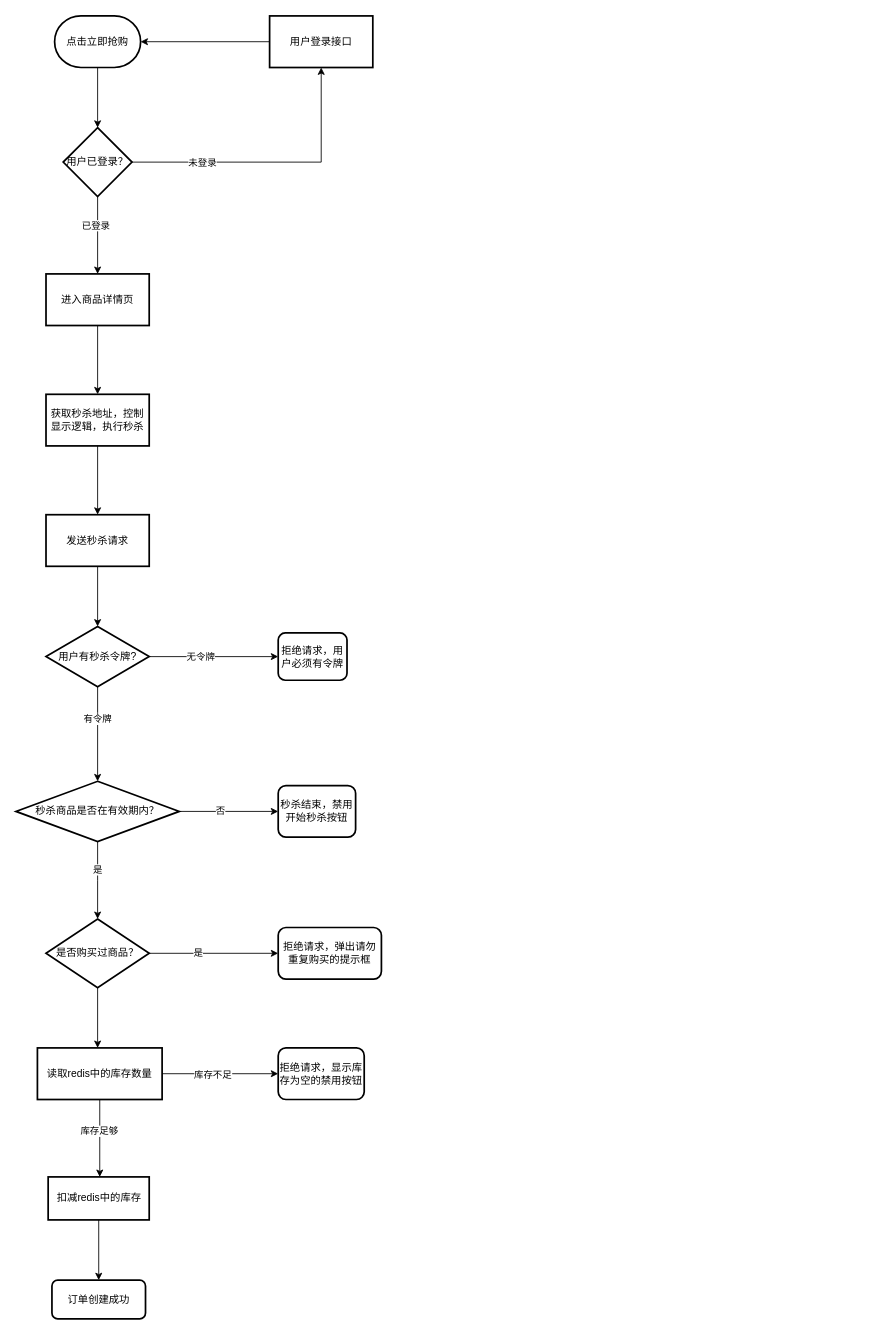
Before: 秒杀商品流程图.drawio in jacbo-emm/mall, a draw.io diagram. Source tidied: cells renumbered, new cells numbered last; positions are measured from the earlier drawing's top-left corner, leaving out a move shared by most shapes. Both pictures are drawn from the tidied source at 86%, with x=0, y=0 at pixel (15, 15).
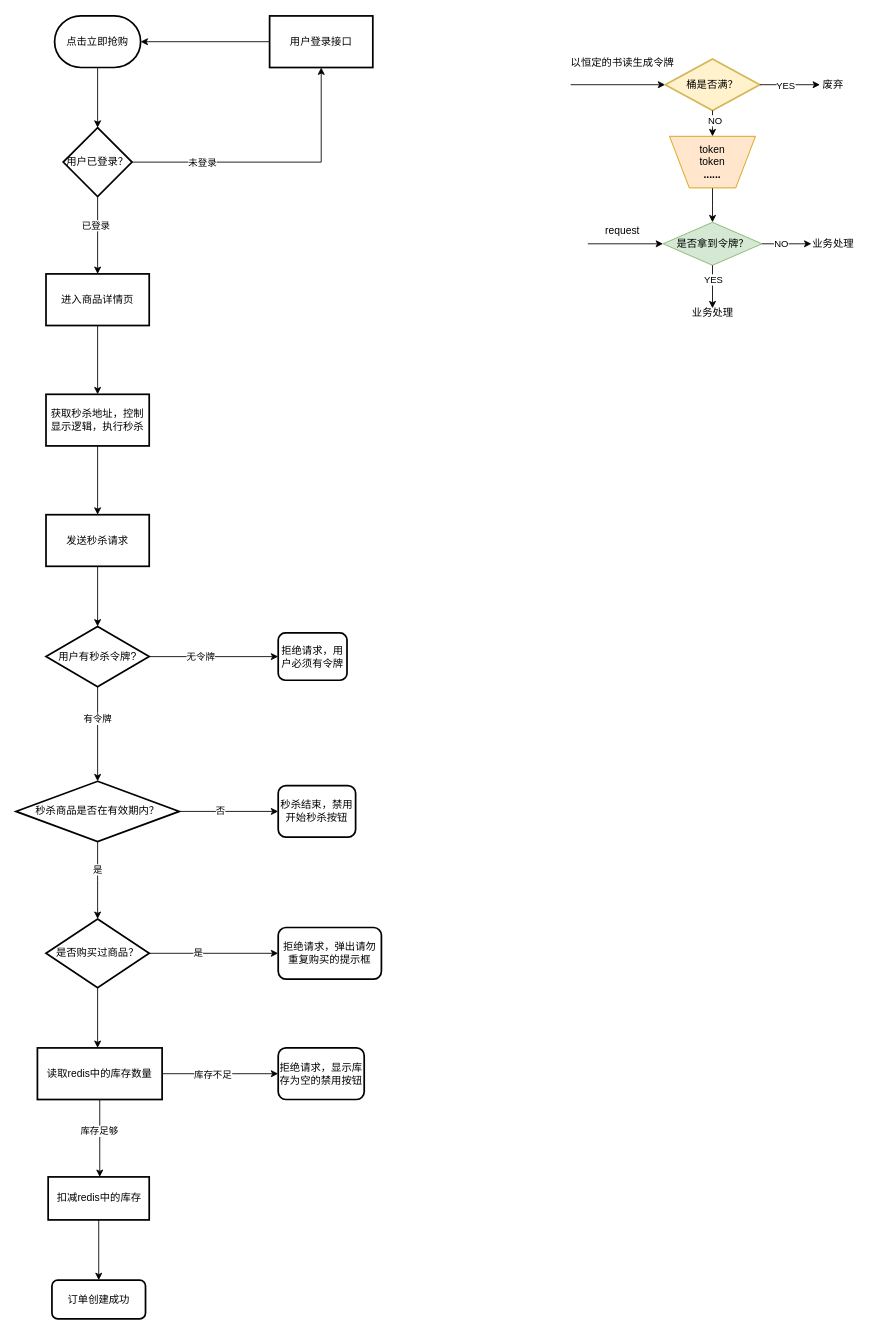
After the change.

Commit message:
更新秒杀商品流程图.drawio

Change to the diagram source:
```diff
@@
+    <mxCell id="44" style="endArrow=classic;html=1;rounded=0;" parent="1" edge="1">
+      <mxGeometry relative="1" as="geometry">
+        <mxPoint x="645" y="80" as="sourcePoint" />
+        <mxPoint x="755" y="80" as="targetPoint" />
+      </mxGeometry>
+    </mxCell>
+    <mxCell id="45" value="以恒定的书读生成令牌" style="text;html=1;align=center;verticalAlign=middle;strokeColor=none;fillColor=none;" parent="1" vertex="1">
+      <mxGeometry x="635" y="40" width="140" height="30" as="geometry" />
+    </mxCell>
+    <mxCell id="46" value="桶是否满？" style="strokeWidth=2;html=1;shape=mxgraph.flowchart.decision;whiteSpace=wrap;fillColor=#fff2cc;strokeColor=#d6b656;" parent="1" vertex="1">
+      <mxGeometry x="755" y="50" width="110" height="60" as="geometry" />
+    </mxCell>
+    <mxCell id="47" style="endArrow=classic;html=1;rounded=0;exitX=1;exitY=0.5;exitDx=0;exitDy=0;exitPerimeter=0;" parent="1" edge="1" source="46">
+      <mxGeometry relative="1" as="geometry">
+        <mxPoint x="935" y="80" as="targetPoint" />
+      </mxGeometry>
+    </mxCell>
+    <mxCell id="48" value="YES" style="edgeLabel;html=1;align=center;verticalAlign=middle;" parent="47" vertex="1">
+      <mxGeometry x="-0.33" y="-2" relative="1" as="geometry">
+        <mxPoint x="6" y="-2" as="offset" />
+      </mxGeometry>
+    </mxCell>
+    <mxCell id="49" value="废弃" style="text;html=1;align=center;verticalAlign=middle;strokeColor=none;fillColor=none;" parent="1" vertex="1">
+      <mxGeometry x="925" y="65" width="50" height="30" as="geometry" />
+    </mxCell>
+    <mxCell id="50" style="edgeStyle=orthogonalEdgeStyle;rounded=0;jettySize=auto;html=1;" parent="1" edge="1" source="51">
+      <mxGeometry relative="1" as="geometry">
+        <mxPoint x="810" y="240" as="targetPoint" />
+      </mxGeometry>
+    </mxCell>
+    <mxCell id="51" value="token&lt;br&gt;token&lt;br&gt;&lt;b&gt;......&lt;/b&gt;" style="verticalLabelPosition=middle;verticalAlign=middle;html=1;shape=trapezoid;perimeter=trapezoidPerimeter;whiteSpace=wrap;size=0.23;arcSize=10;flipV=1;labelPosition=center;align=center;fillColor=#ffe6cc;strokeColor=#d79b00;" parent="1" vertex="1">
+      <mxGeometry x="760" y="140" width="100" height="60" as="geometry" />
+    </mxCell>
+    <mxCell id="52" style="endArrow=classic;html=1;rounded=0;exitX=0.5;exitY=1;exitDx=0;exitDy=0;exitPerimeter=0;entryX=0.5;entryY=0;entryDx=0;entryDy=0;" parent="1" edge="1" source="46" target="51">
+      <mxGeometry relative="1" as="geometry">
+        <Array as="points">
+          <mxPoint x="810" y="130" />
+        </Array>
+      </mxGeometry>
+    </mxCell>
+    <mxCell id="53" value="NO" style="edgeLabel;html=1;align=center;verticalAlign=middle;" parent="52" vertex="1">
+      <mxGeometry x="-0.24" y="2" relative="1" as="geometry" />
+    </mxCell>
+    <mxCell id="54" value="是否拿到令牌？" style="rhombus;whiteSpace=wrap;html=1;fillColor=#d5e8d4;strokeColor=#82b366;arcSize=10;" parent="1" vertex="1">
+      <mxGeometry x="752.5" y="240" width="115" height="50" as="geometry" />
+    </mxCell>
+    <mxCell id="55" style="endArrow=classic;html=1;rounded=0;entryX=0;entryY=0.5;entryDx=0;entryDy=0;" parent="1" edge="1" target="54">
+      <mxGeometry relative="1" as="geometry">
+        <mxPoint x="665" y="265" as="sourcePoint" />
+      </mxGeometry>
+    </mxCell>
+    <mxCell id="56" value="request" style="text;html=1;align=center;verticalAlign=middle;strokeColor=none;fillColor=none;" parent="1" vertex="1">
+      <mxGeometry x="675" y="235" width="60" height="30" as="geometry" />
+    </mxCell>
+    <mxCell id="57" style="endArrow=classic;html=1;rounded=0;exitX=1;exitY=0.5;exitDx=0;exitDy=0;" parent="1" edge="1" source="54">
+      <mxGeometry relative="1" as="geometry">
+        <mxPoint x="925" y="265" as="targetPoint" />
+      </mxGeometry>
+    </mxCell>
+    <mxCell id="58" value="NO" style="edgeLabel;html=1;align=center;verticalAlign=middle;" parent="57" vertex="1">
+      <mxGeometry x="-0.23" y="1" relative="1" as="geometry" />
+    </mxCell>
+    <mxCell id="59" value="业务处理" style="text;html=1;align=center;verticalAlign=middle;strokeColor=none;fillColor=none;" parent="1" vertex="1">
+      <mxGeometry x="915" y="250" width="70" height="30" as="geometry" />
+    </mxCell>
+    <mxCell id="60" style="endArrow=classic;html=1;rounded=0;exitX=0.5;exitY=1;exitDx=0;exitDy=0;" parent="1" edge="1" source="54">
+      <mxGeometry relative="1" as="geometry">
+        <mxPoint x="810" y="340" as="targetPoint" />
+      </mxGeometry>
+    </mxCell>
+    <mxCell id="61" value="YES" style="edgeLabel;html=1;align=center;verticalAlign=middle;" parent="60" vertex="1">
+      <mxGeometry x="-0.37" relative="1" as="geometry" />
+    </mxCell>
+    <mxCell id="62" value="业务处理" style="text;html=1;align=center;verticalAlign=middle;strokeColor=none;fillColor=none;" parent="1" vertex="1">
+      <mxGeometry x="775" y="330" width="70" height="30" as="geometry" />
+    </mxCell>
```
